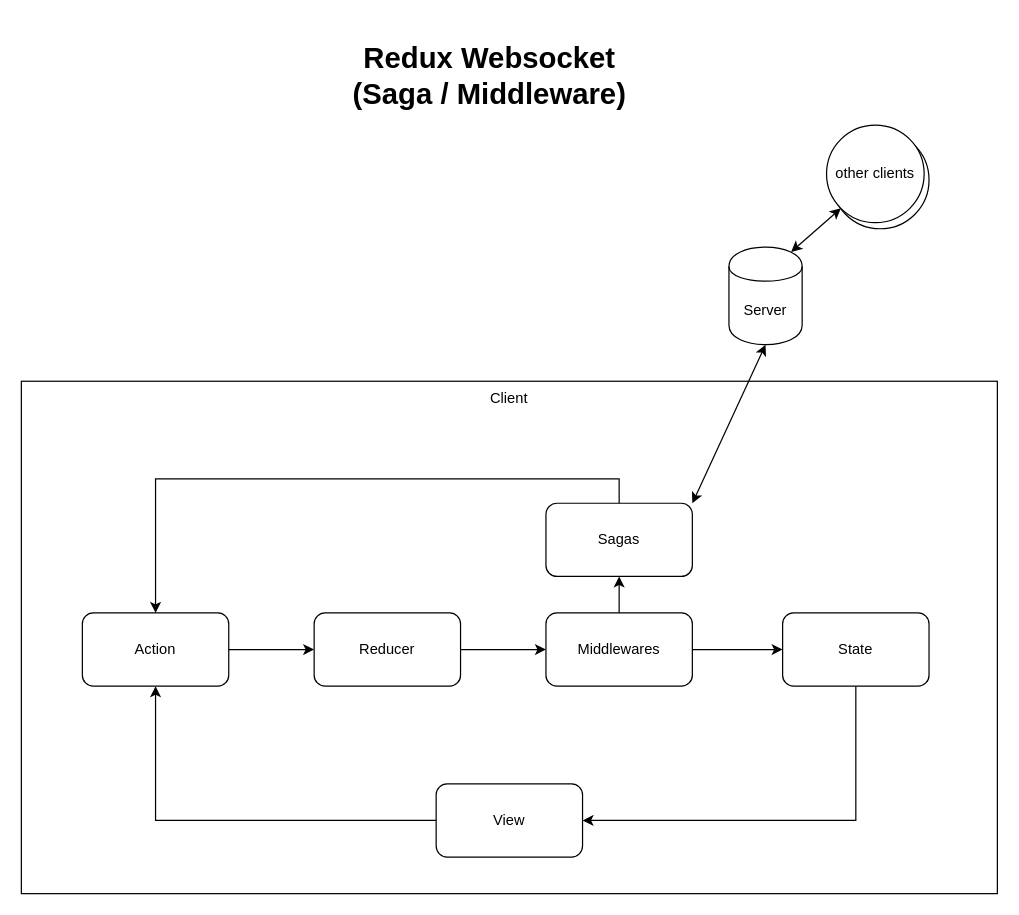
sandstorm/degree50-code keeps this draw.io diagram as page "Redux-Websocket-Middleware" (3 of 4) of documentation/rfcs/collaboration_architecture.drawio. Above is the earlier version. Source tidied: cells renumbered, new cells numbered last; positions are measured from the earlier drawing's top-left corner, leaving out a move shared by most shapes. Both pictures are drawn from the tidied source at 122%, with x=0, y=0 at pixel (21, 63).
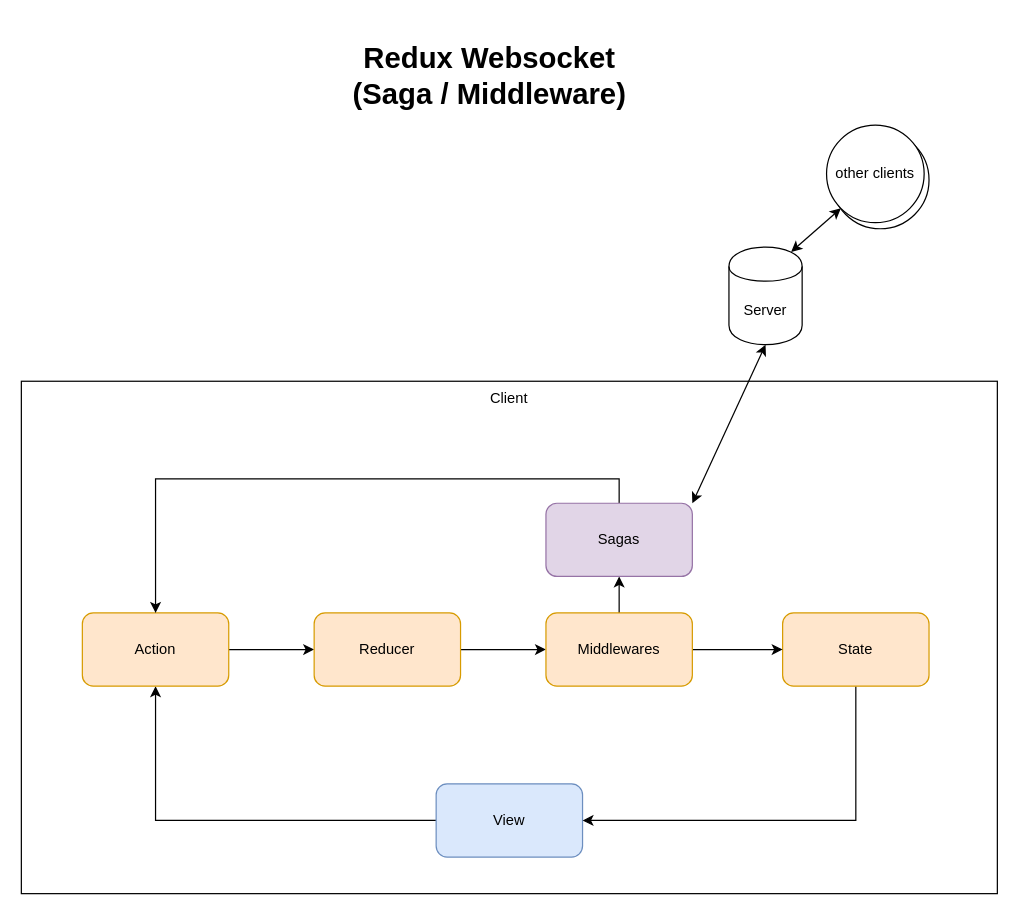
The same page after the edit.

Commit message (it also covers changes not shown here):
FEATURE: Prevent state change if not currentEditor

What changed in the source:
```diff
@@
-    <mxCell id="5" value="View" style="rounded=1;whiteSpace=wrap;html=1;" parent="1" vertex="1">
+    <mxCell id="5" value="View" style="rounded=1;whiteSpace=wrap;html=1;fillColor=#dae8fc;strokeColor=#6c8ebf;" parent="1" vertex="1">
       <mxGeometry x="340" y="590" width="120" height="60" as="geometry" />
     </mxCell>
@@
-    <mxCell id="7" value="Action" style="rounded=1;whiteSpace=wrap;html=1;" parent="1" vertex="1">
+    <mxCell id="7" value="Action" style="rounded=1;whiteSpace=wrap;html=1;fillColor=#ffe6cc;strokeColor=#d79b00;" parent="1" vertex="1">
       <mxGeometry x="50" y="449.9" width="120" height="60" as="geometry" />
     </mxCell>
@@
-    <mxCell id="9" value="Reducer" style="rounded=1;whiteSpace=wrap;html=1;" parent="1" vertex="1">
+    <mxCell id="9" value="Reducer" style="rounded=1;whiteSpace=wrap;html=1;fillColor=#ffe6cc;strokeColor=#d79b00;" parent="1" vertex="1">
       <mxGeometry x="240" y="449.9" width="120" height="60" as="geometry" />
     </mxCell>
@@
-    <mxCell id="11" value="State" style="rounded=1;whiteSpace=wrap;html=1;" parent="1" vertex="1">
+    <mxCell id="11" value="State" style="rounded=1;whiteSpace=wrap;html=1;fillColor=#ffe6cc;strokeColor=#d79b00;" parent="1" vertex="1">
       <mxGeometry x="624" y="449.9" width="120" height="60" as="geometry" />
     </mxCell>
@@
-    <mxCell id="14" value="Middlewares" style="rounded=1;whiteSpace=wrap;html=1;" parent="1" vertex="1">
+    <mxCell id="14" value="Middlewares" style="rounded=1;whiteSpace=wrap;html=1;fillColor=#ffe6cc;strokeColor=#d79b00;" parent="1" vertex="1">
       <mxGeometry x="430" y="449.9" width="120" height="60" as="geometry" />
     </mxCell>
@@
-    <mxCell id="16" value="Sagas" style="rounded=1;whiteSpace=wrap;html=1;" parent="1" vertex="1">
+    <mxCell id="16" value="Sagas" style="rounded=1;whiteSpace=wrap;html=1;fillColor=#e1d5e7;strokeColor=#9673a6;" parent="1" vertex="1">
       <mxGeometry x="430" y="360" width="120" height="60" as="geometry" />
     </mxCell>
```
